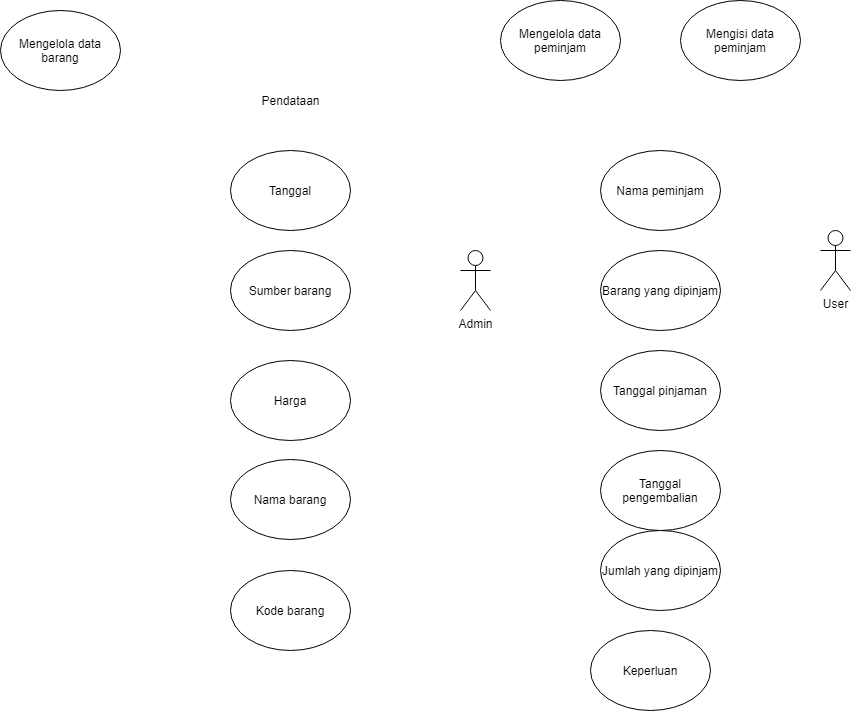
johannfac/aplikasipeminjamanaset keeps this draw.io diagram as diagrams/Use Case Diagram.drawio.png. Above is the earlier version. Source tidied: cells renumbered, new cells last; positions are measured from the earlier drawing's top-left corner, leaving out a move shared by most shapes. Its diagram source:
```xml
<mxGraphModel>
  <root>
    <mxCell id="0" />
    <mxCell id="1" parent="0" />
    <mxCell id="2" value="Mengelola data barang" style="ellipse;whiteSpace=wrap;html=1;" parent="1" vertex="1">
      <mxGeometry y="10" width="120" height="80" as="geometry" />
    </mxCell>
    <mxCell id="3" value="Tanggal" style="ellipse;whiteSpace=wrap;html=1;" parent="1" vertex="1">
      <mxGeometry x="230" y="150" width="120" height="80" as="geometry" />
    </mxCell>
    <mxCell id="4" value="Sumber barang" style="ellipse;whiteSpace=wrap;html=1;" parent="1" vertex="1">
      <mxGeometry x="230" y="250" width="120" height="80" as="geometry" />
    </mxCell>
    <mxCell id="5" value="Harga" style="ellipse;whiteSpace=wrap;html=1;" parent="1" vertex="1">
      <mxGeometry x="230" y="360" width="120" height="80" as="geometry" />
    </mxCell>
    <mxCell id="6" value="Nama barang" style="ellipse;whiteSpace=wrap;html=1;" parent="1" vertex="1">
      <mxGeometry x="230" y="459" width="120" height="80" as="geometry" />
    </mxCell>
    <mxCell id="7" value="Kode barang" style="ellipse;whiteSpace=wrap;html=1;" parent="1" vertex="1">
      <mxGeometry x="230" y="570" width="120" height="80" as="geometry" />
    </mxCell>
    <mxCell id="8" value="Pendataan" style="text;html=1;align=center;verticalAlign=middle;strokeColor=none;fillColor=none;" parent="1" vertex="1">
      <mxGeometry x="255" y="90" width="70" height="20" as="geometry" />
    </mxCell>
    <mxCell id="9" value="Admin" style="shape=umlActor;verticalLabelPosition=bottom;verticalAlign=top;html=1;" parent="1" vertex="1">
      <mxGeometry x="460" y="250" width="30" height="60" as="geometry" />
    </mxCell>
    <mxCell id="10" value="Mengelola data peminjam" style="ellipse;whiteSpace=wrap;html=1;" parent="1" vertex="1">
      <mxGeometry x="500" width="120" height="80" as="geometry" />
    </mxCell>
    <mxCell id="11" value="Mengisi data peminjam" style="ellipse;whiteSpace=wrap;html=1;" parent="1" vertex="1">
      <mxGeometry x="680" width="120" height="80" as="geometry" />
    </mxCell>
    <mxCell id="12" value="Nama peminjam" style="ellipse;whiteSpace=wrap;html=1;" parent="1" vertex="1">
      <mxGeometry x="600" y="150" width="120" height="80" as="geometry" />
    </mxCell>
    <mxCell id="13" value="Barang yang dipinjam" style="ellipse;whiteSpace=wrap;html=1;" parent="1" vertex="1">
      <mxGeometry x="600" y="250" width="120" height="80" as="geometry" />
    </mxCell>
    <mxCell id="14" value="Tanggal pinjaman" style="ellipse;whiteSpace=wrap;html=1;" parent="1" vertex="1">
      <mxGeometry x="600" y="350" width="120" height="80" as="geometry" />
    </mxCell>
    <mxCell id="15" value="Tanggal pengembalian" style="ellipse;whiteSpace=wrap;html=1;" parent="1" vertex="1">
      <mxGeometry x="600" y="450" width="120" height="80" as="geometry" />
    </mxCell>
    <mxCell id="16" value="Jumlah yang dipinjam" style="ellipse;whiteSpace=wrap;html=1;" parent="1" vertex="1">
      <mxGeometry x="600" y="530" width="120" height="80" as="geometry" />
    </mxCell>
    <mxCell id="17" value="Keperluan" style="ellipse;whiteSpace=wrap;html=1;" parent="1" vertex="1">
      <mxGeometry x="590" y="630" width="120" height="80" as="geometry" />
    </mxCell>
    <mxCell id="18" value="User" style="shape=umlActor;verticalLabelPosition=bottom;verticalAlign=top;html=1;" parent="1" vertex="1">
      <mxGeometry x="820" y="230" width="30" height="60" as="geometry" />
    </mxCell>
  </root>
</mxGraphModel>
```
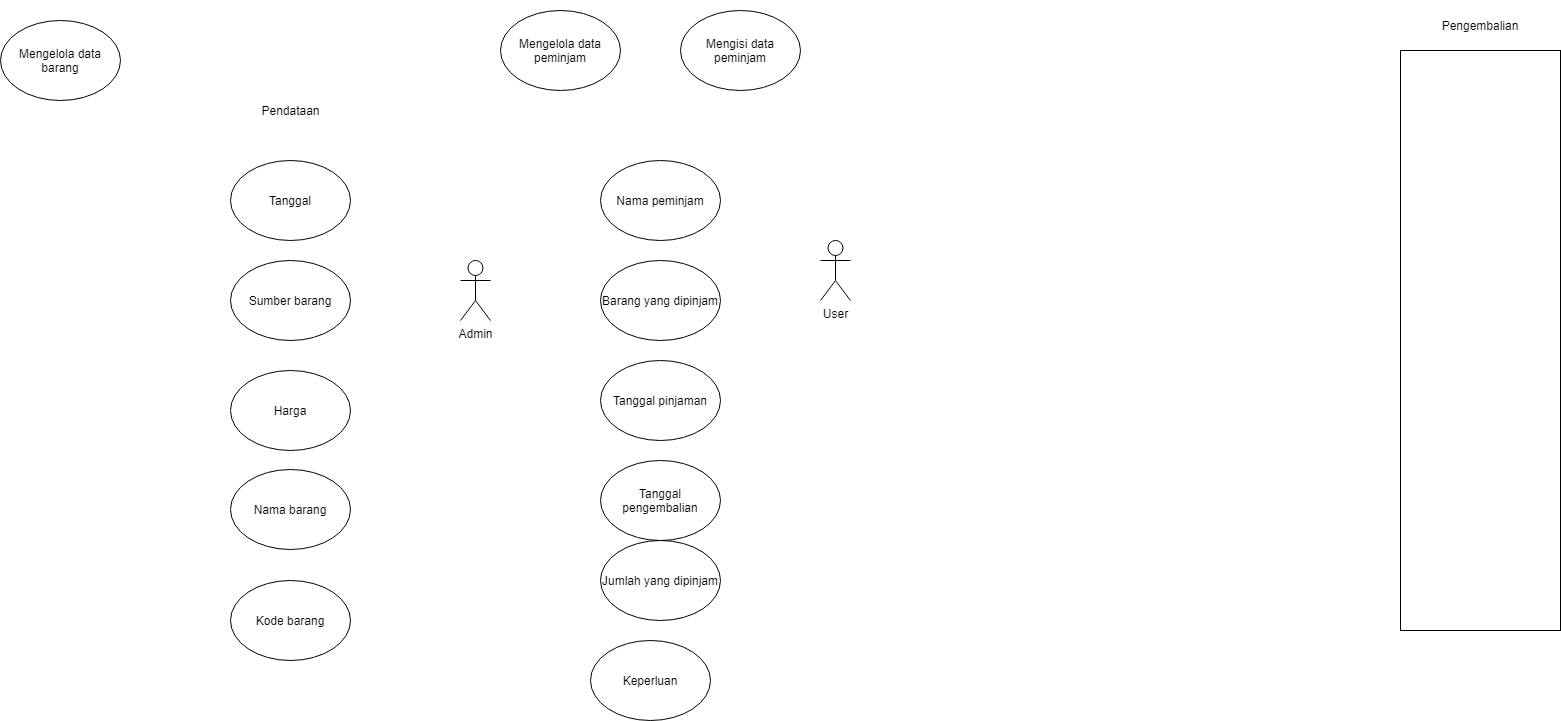
The same file after the commit.

Diff of the diagram source:
```diff
@@ -17,21 +17,39 @@
     <mxCell id="6" value="Nama barang" style="ellipse;whiteSpace=wrap;html=1;" parent="1" vertex="1">
       <mxGeometry x="230" y="459" width="120" height="80" as="geometry" />
     </mxCell>
+    <mxCell id="19" value="Kode barang" style="ellipse;whiteSpace=wrap;html=1;" parent="1" vertex="1">
+      <mxGeometry x="1420" y="60" width="120" height="80" as="geometry" />
+    </mxCell>
     <mxCell id="7" value="Kode barang" style="ellipse;whiteSpace=wrap;html=1;" parent="1" vertex="1">
       <mxGeometry x="230" y="570" width="120" height="80" as="geometry" />
     </mxCell>
+    <mxCell id="20" value="Nama barang" style="ellipse;whiteSpace=wrap;html=1;" parent="1" vertex="1">
+      <mxGeometry x="1420" y="170" width="120" height="80" as="geometry" />
+    </mxCell>
     <mxCell id="8" value="Pendataan" style="text;html=1;align=center;verticalAlign=middle;strokeColor=none;fillColor=none;" parent="1" vertex="1">
       <mxGeometry x="255" y="90" width="70" height="20" as="geometry" />
     </mxCell>
+    <mxCell id="21" value="Tanggal peminjaman" style="ellipse;whiteSpace=wrap;html=1;" parent="1" vertex="1">
+      <mxGeometry x="1420" y="280" width="120" height="80" as="geometry" />
+    </mxCell>
     <mxCell id="9" value="Admin" style="shape=umlActor;verticalLabelPosition=bottom;verticalAlign=top;html=1;" parent="1" vertex="1">
       <mxGeometry x="460" y="250" width="30" height="60" as="geometry" />
     </mxCell>
+    <mxCell id="22" value="Tanggal pengembalian" style="ellipse;whiteSpace=wrap;html=1;" parent="1" vertex="1">
+      <mxGeometry x="1420" y="390" width="120" height="80" as="geometry" />
+    </mxCell>
     <mxCell id="10" value="Mengelola data peminjam" style="ellipse;whiteSpace=wrap;html=1;" parent="1" vertex="1">
       <mxGeometry x="500" width="120" height="80" as="geometry" />
     </mxCell>
+    <mxCell id="23" value="Nama peminjam" style="ellipse;whiteSpace=wrap;html=1;" parent="1" vertex="1">
+      <mxGeometry x="1420" y="500" width="120" height="80" as="geometry" />
+    </mxCell>
     <mxCell id="11" value="Mengisi data peminjam" style="ellipse;whiteSpace=wrap;html=1;" parent="1" vertex="1">
       <mxGeometry x="680" width="120" height="80" as="geometry" />
     </mxCell>
+    <mxCell id="24" value="Pengembalian" style="text;html=1;strokeColor=none;fillColor=none;align=center;verticalAlign=middle;whiteSpace=wrap;rounded=0;" parent="1" vertex="1">
+      <mxGeometry x="1430" y="-10" width="100" height="50" as="geometry" />
+    </mxCell>
     <mxCell id="12" value="Nama peminjam" style="ellipse;whiteSpace=wrap;html=1;" parent="1" vertex="1">
       <mxGeometry x="600" y="150" width="120" height="80" as="geometry" />
     </mxCell>
@@ -53,5 +71,8 @@
     <mxCell id="18" value="User" style="shape=umlActor;verticalLabelPosition=bottom;verticalAlign=top;html=1;" parent="1" vertex="1">
       <mxGeometry x="820" y="230" width="30" height="60" as="geometry" />
     </mxCell>
+    <mxCell id="25" style="rounded=0;whiteSpace=wrap;html=1;" parent="1" vertex="1">
+      <mxGeometry x="1400" y="40" width="160" height="580" as="geometry" />
+    </mxCell>
   </root>
 </mxGraphModel>
```
